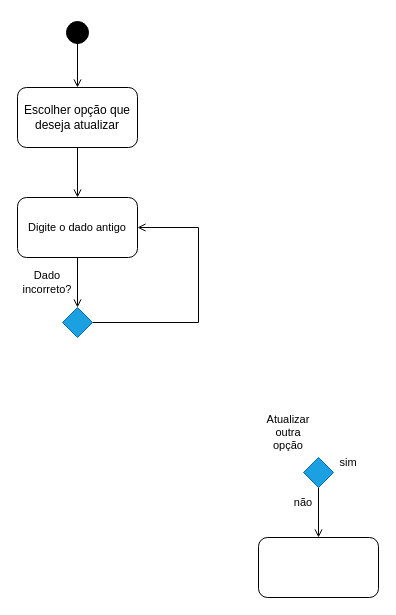
Before: Diagrama de atividade - Atualizar cadastro.drawio in JudilenaGalvao/Projeto-POO, a draw.io diagram. Source tidied: cells renumbered, new cells numbered last; positions are measured from the earlier drawing's top-left corner, leaving out a move shared by most shapes. Both pictures are drawn from the tidied source at 100%, with x=0, y=0 at pixel (17, 17).
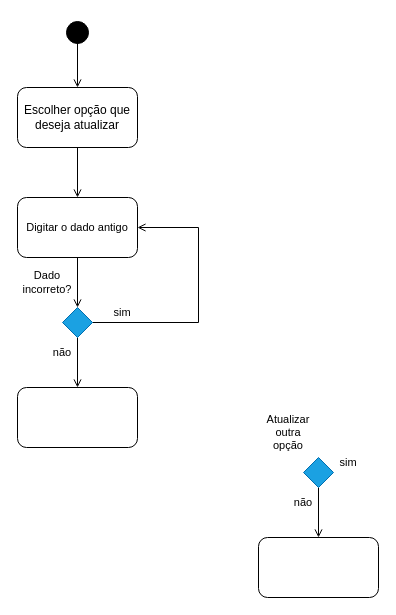
After the change.

The change refers to these unchanged cells:
```xml
<mxCell id="15" style="rhombus;whiteSpace=wrap;html=1;fillColor=#1ba1e2;strokeColor=#006EAF;fontColor=#ffffff;" parent="1" vertex="1">
  <mxGeometry x="45" y="290" width="30" height="30" as="geometry" />
</mxCell>
```

What changed in the source:
```diff
@@
-    <mxCell id="13" value="Digite o dado antigo" style="rounded=1;whiteSpace=wrap;html=1;fontFamily=Helvetica;fontSize=11;fontColor=default;" parent="1" vertex="1">
+    <mxCell id="13" value="Digitar o dado antigo" style="rounded=1;whiteSpace=wrap;html=1;fontFamily=Helvetica;fontSize=11;fontColor=default;" parent="1" vertex="1">
       <mxGeometry y="180" width="120" height="60" as="geometry" />
     </mxCell>
@@
+    <mxCell id="17" style="edgeStyle=orthogonalEdgeStyle;shape=connector;rounded=0;jettySize=auto;html=1;exitX=0.5;exitY=1;exitDx=0;exitDy=0;entryX=0.5;entryY=0;entryDx=0;entryDy=0;labelBackgroundColor=default;strokeColor=default;fontFamily=Helvetica;fontSize=11;fontColor=default;endArrow=open;endFill=0;" parent="1" edge="1" source="15" target="18">
+      <mxGeometry relative="1" as="geometry" />
+    </mxCell>
@@
+    <mxCell id="18" style="rounded=1;whiteSpace=wrap;html=1;fontFamily=Helvetica;fontSize=11;fontColor=default;" parent="1" vertex="1">
+      <mxGeometry y="370" width="120" height="60" as="geometry" />
+    </mxCell>
+    <mxCell id="19" value="sim" style="text;html=1;strokeColor=none;fillColor=none;align=center;verticalAlign=middle;whiteSpace=wrap;rounded=0;fontSize=11;fontFamily=Helvetica;fontColor=default;" parent="1" vertex="1">
+      <mxGeometry x="75" y="280" width="60" height="30" as="geometry" />
+    </mxCell>
+    <mxCell id="20" value="não" style="text;html=1;strokeColor=none;fillColor=none;align=center;verticalAlign=middle;whiteSpace=wrap;rounded=0;fontSize=11;fontFamily=Helvetica;fontColor=default;" parent="1" vertex="1">
+      <mxGeometry x="15" y="320" width="60" height="30" as="geometry" />
+    </mxCell>
```
